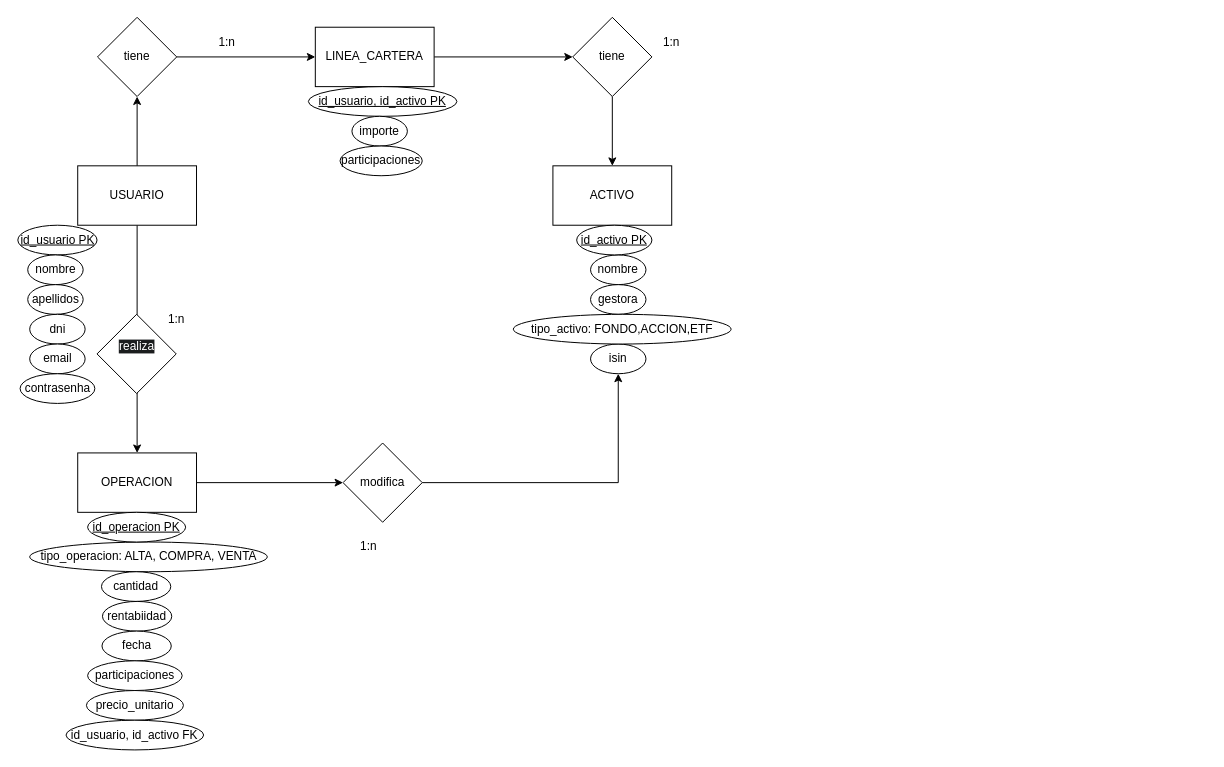
The draw.io diagram Fund_Tracker_Project.drawio in adriaguadog/THE_FUND_TRACKER_PROJECT, before the edit. Source tidied: cells renumbered, new cells numbered last; positions are measured from the earlier drawing's top-left corner, leaving out a move shared by most shapes. Both pictures are drawn from the tidied source at 99%, with x=0, y=0 at pixel (18, 17).
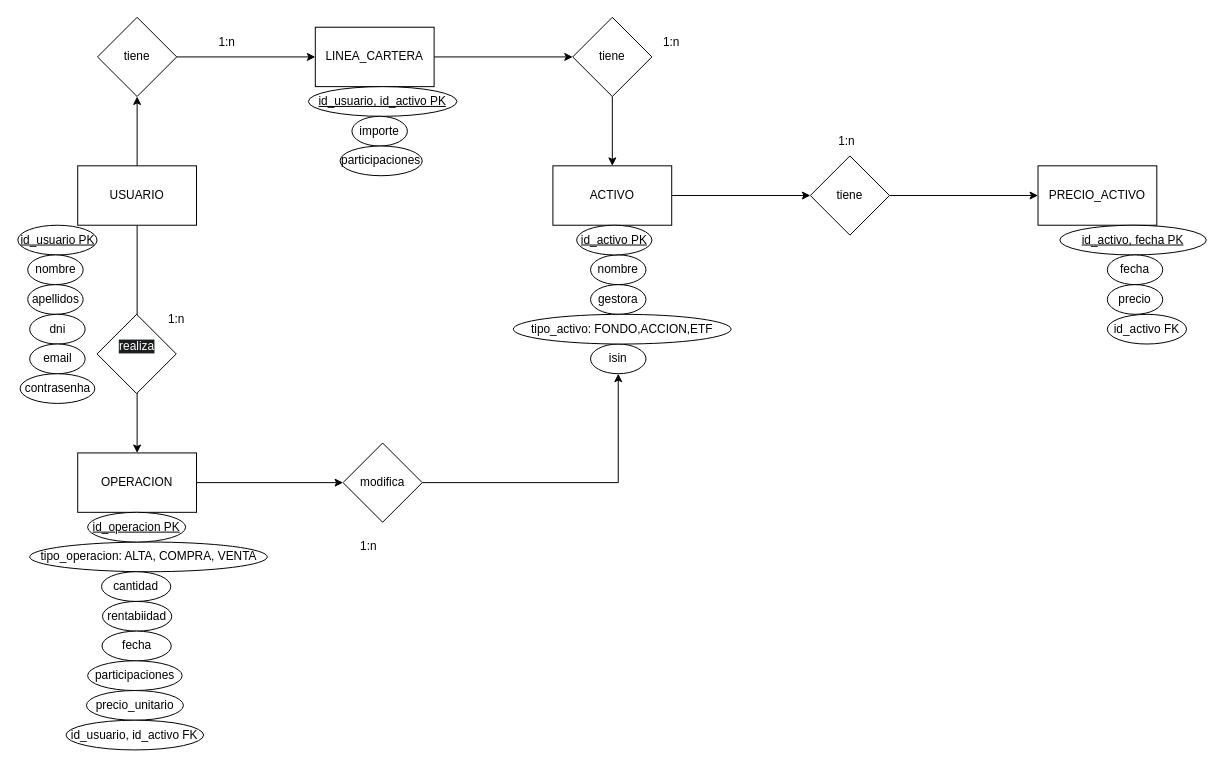
The same diagram, later.

Unchanged cells that the change refers to:
```xml
<mxCell id="2" value="ACTIVO" style="rounded=0;whiteSpace=wrap;html=1;" parent="1" vertex="1">
  <mxGeometry x="540" y="150" width="120" height="60" as="geometry" />
</mxCell>
```

What changed in the source:
```diff
@@
+    <mxCell id="43" style="edgeStyle=orthogonalEdgeStyle;rounded=0;jettySize=auto;html=1;exitX=1;exitY=0.5;exitDx=0;exitDy=0;" parent="1" edge="1" source="2">
+      <mxGeometry relative="1" as="geometry">
+        <mxPoint x="800" y="180" as="targetPoint" />
+      </mxGeometry>
+    </mxCell>
@@
+    <mxCell id="44" style="edgeStyle=orthogonalEdgeStyle;rounded=0;jettySize=auto;html=1;exitX=1;exitY=0.5;exitDx=0;exitDy=0;entryX=0;entryY=0.5;entryDx=0;entryDy=0;" parent="1" edge="1" source="45" target="46">
+      <mxGeometry relative="1" as="geometry" />
+    </mxCell>
+    <mxCell id="45" value="tiene" style="rhombus;whiteSpace=wrap;html=1;" parent="1" vertex="1">
+      <mxGeometry x="800" y="140" width="80" height="80" as="geometry" />
+    </mxCell>
+    <mxCell id="46" value="PRECIO_ACTIVO" style="rounded=0;whiteSpace=wrap;html=1;" parent="1" vertex="1">
+      <mxGeometry x="1030" y="150" width="120" height="60" as="geometry" />
+    </mxCell>
+    <mxCell id="47" value="&lt;u&gt;id_activo, fecha PK&lt;/u&gt;" style="ellipse;whiteSpace=wrap;html=1;" parent="1" vertex="1">
+      <mxGeometry x="1052" y="210" width="148" height="30" as="geometry" />
+    </mxCell>
+    <mxCell id="48" value="fecha" style="ellipse;whiteSpace=wrap;html=1;" parent="1" vertex="1">
+      <mxGeometry x="1100" y="240" width="56" height="30" as="geometry" />
+    </mxCell>
+    <mxCell id="49" value="precio" style="ellipse;whiteSpace=wrap;html=1;" parent="1" vertex="1">
+      <mxGeometry x="1100" y="270" width="56" height="30" as="geometry" />
+    </mxCell>
+    <mxCell id="50" value="id_activo FK" style="ellipse;whiteSpace=wrap;html=1;" parent="1" vertex="1">
+      <mxGeometry x="1100" y="300" width="80" height="30" as="geometry" />
+    </mxCell>
+    <mxCell id="51" value="1:n" style="text;html=1;align=center;verticalAlign=middle;whiteSpace=wrap;rounded=0;" parent="1" vertex="1">
+      <mxGeometry x="807" y="110" width="60" height="30" as="geometry" />
+    </mxCell>
```
